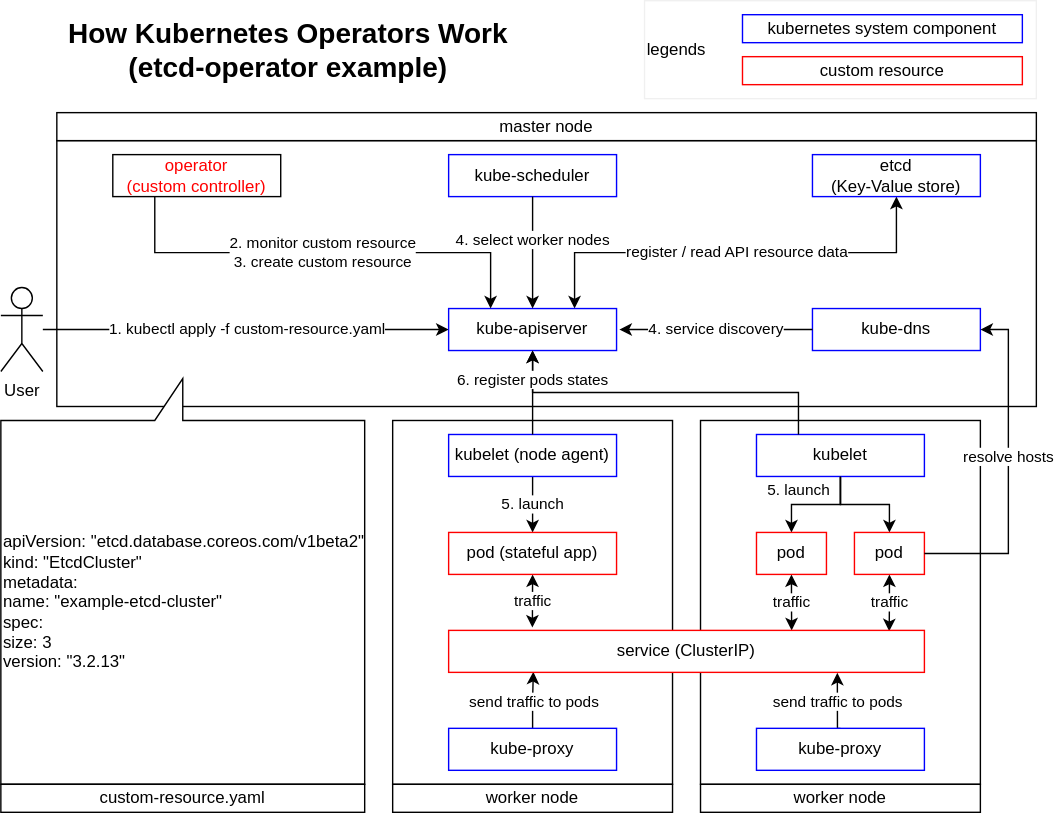
Earlier version of the draw.io export Kubernetes/images/operator-overview.drawio.svg (k-makino-jp/sandbox). Source tidied: cells renumbered, new cells last; positions are measured from the earlier drawing's top-left corner, leaving out a move shared by most shapes.
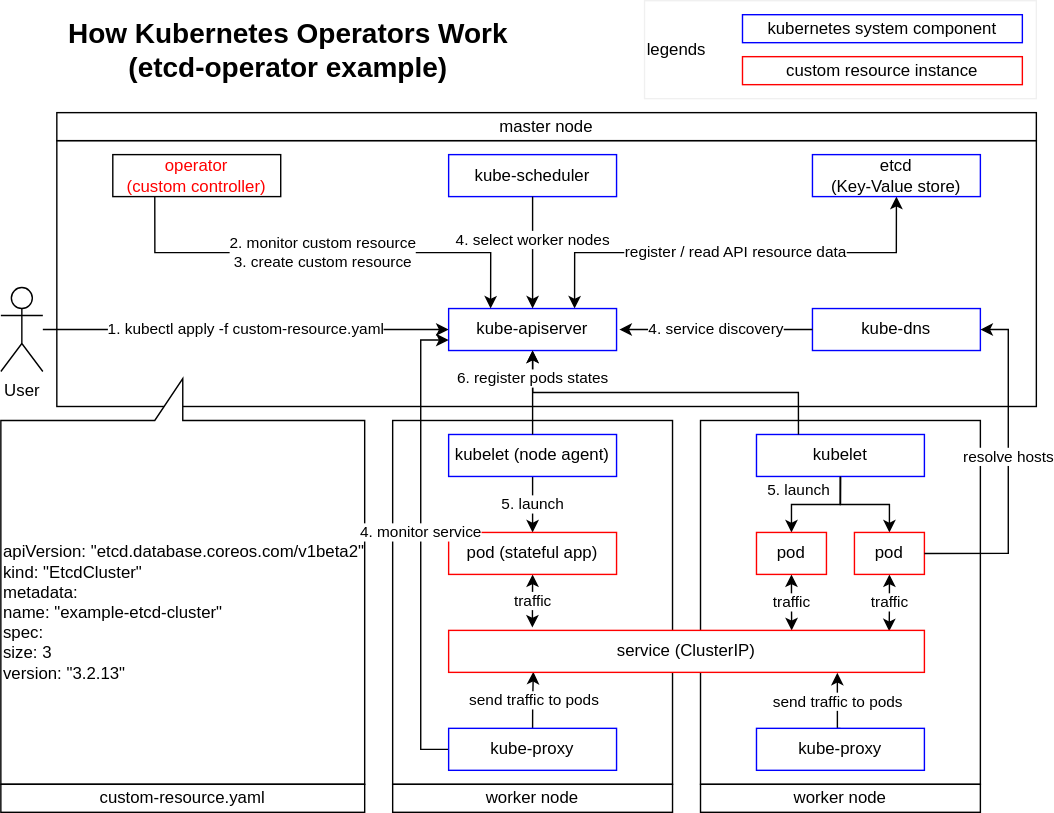
The same diagram one commit later.

The edit, as a diff of the source:
```diff
@@ -91,7 +91,7 @@
     <mxCell id="30" value="6. register pods states" style="edgeStyle=orthogonalEdgeStyle;rounded=0;jettySize=auto;html=1;entryX=0.5;entryY=1;entryDx=0;entryDy=0;exitX=0.5;exitY=0;exitDx=0;exitDy=0;verticalAlign=bottom;" parent="1" edge="1" source="22" target="7">
       <mxGeometry relative="1" as="geometry" />
     </mxCell>
-    <mxCell id="31" value="&lt;div&gt;apiVersion: &quot;etcd.database.coreos.com/v1beta2&quot;&lt;/div&gt;&lt;div&gt;kind: &quot;EtcdCluster&quot;&lt;/div&gt;&lt;div&gt;metadata:&lt;/div&gt;&lt;div&gt;&amp;nbsp; name: &quot;example-etcd-cluster&quot;&lt;/div&gt;&lt;div&gt;spec:&lt;/div&gt;&lt;div&gt;&amp;nbsp; size: 3&lt;/div&gt;&lt;div&gt;&amp;nbsp; version: &quot;3.2.13&quot;&lt;/div&gt;" style="shape=callout;whiteSpace=wrap;html=1;perimeter=calloutPerimeter;direction=west;align=left;" parent="1" vertex="1">
+    <mxCell id="31" value="&lt;div&gt;&lt;br&gt;&lt;/div&gt;&lt;div&gt;apiVersion: &quot;etcd.database.coreos.com/v1beta2&quot;&lt;/div&gt;&lt;div&gt;kind: &quot;EtcdCluster&quot;&lt;/div&gt;&lt;div&gt;metadata:&lt;/div&gt;&lt;div&gt;&amp;nbsp; name: &quot;example-etcd-cluster&quot;&lt;/div&gt;&lt;div&gt;spec:&lt;/div&gt;&lt;div&gt;&amp;nbsp; size: 3&lt;/div&gt;&lt;div&gt;&amp;nbsp; version: &quot;3.2.13&quot;&lt;/div&gt;" style="shape=callout;whiteSpace=wrap;html=1;perimeter=calloutPerimeter;direction=west;align=left;" parent="1" vertex="1">
       <mxGeometry y="270" width="260" height="290" as="geometry" />
     </mxCell>
     <mxCell id="32" value="custom-resource.yaml" style="rounded=0;whiteSpace=wrap;html=1;" parent="1" vertex="1">
@@ -106,6 +106,9 @@
     <mxCell id="35" value="send traffic to pods" style="edgeStyle=orthogonalEdgeStyle;rounded=0;jumpSize=0;jettySize=auto;html=1;exitX=0.5;exitY=0;exitDx=0;exitDy=0;entryX=0.178;entryY=0.987;entryDx=0;entryDy=0;entryPerimeter=0;fontSize=11;strokeWidth=1;align=center;verticalAlign=middle;" parent="1" edge="1" source="36" target="42">
       <mxGeometry relative="1" as="geometry" />
     </mxCell>
+    <mxCell id="46" value="4. monitor service" style="edgeStyle=orthogonalEdgeStyle;rounded=0;jettySize=auto;html=1;exitX=0;exitY=0.5;exitDx=0;exitDy=0;entryX=0;entryY=0.75;entryDx=0;entryDy=0;verticalAlign=bottom;labelPosition=center;verticalLabelPosition=top;align=center;" parent="1" edge="1" source="36" target="7">
+      <mxGeometry relative="1" as="geometry" />
+    </mxCell>
     <mxCell id="36" value="kube-proxy" style="rounded=0;whiteSpace=wrap;html=1;strokeColor=#0000FF;" parent="1" vertex="1">
       <mxGeometry x="320" y="520" width="120" height="30" as="geometry" />
     </mxCell>
@@ -129,7 +132,7 @@
     <mxCell id="42" value="service (ClusterIP)" style="rounded=0;whiteSpace=wrap;html=1;strokeColor=#FF0000;" parent="1" vertex="1">
       <mxGeometry x="320" y="450" width="340" height="30" as="geometry" />
     </mxCell>
-    <mxCell id="43" value="custom resource" style="rounded=0;whiteSpace=wrap;html=1;strokeColor=#FF0000;" parent="1" vertex="1">
+    <mxCell id="43" value="custom resource instance" style="rounded=0;whiteSpace=wrap;html=1;strokeColor=#FF0000;" parent="1" vertex="1">
       <mxGeometry x="530" y="40" width="200" height="20" as="geometry" />
     </mxCell>
     <mxCell id="44" value="kubernetes system component" style="rounded=0;whiteSpace=wrap;html=1;strokeColor=#0000FF;" parent="1" vertex="1">
```
